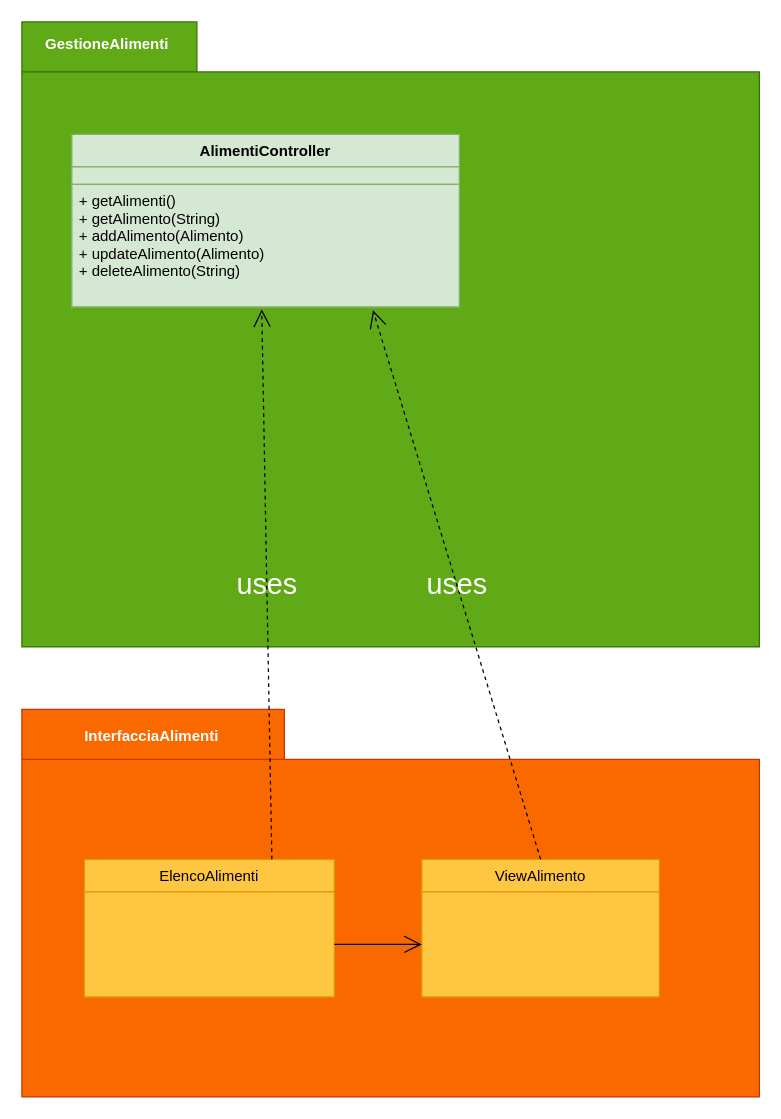
This is Controllers_Views/AlimentiPackageDetail.drawio from DeborohNoah/IngSoft, a draw.io file, before an edit. Source tidied: cells renumbered, new cells numbered last; positions are measured from the earlier drawing's top-left corner, leaving out a move shared by most shapes. Both pictures are drawn from the tidied source at 125%, with x=0, y=0 at pixel (21, 21).
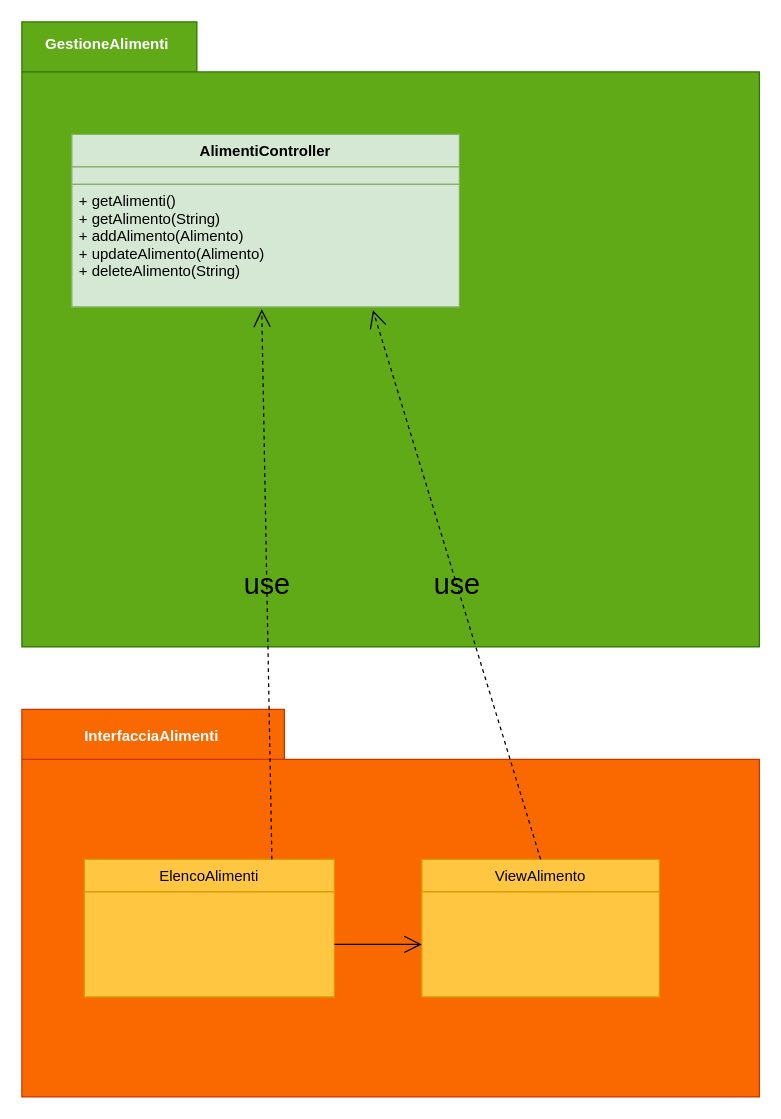
The same diagram, later.

Commit message (it also covers changes not shown here):
Modificato colore scritte

What changed in the source:
```diff
@@
 <mxGraphModel>
   <root>
     <mxCell id="0" />
     <mxCell id="1" parent="0" />
     <mxCell id="2" style="group;" parent="1" vertex="1">
       <mxGeometry width="590" height="500" as="geometry" />
     </mxCell>
     <mxCell id="3" style="shape=folder;fontStyle=1;spacingTop=10;tabWidth=140;tabHeight=40;tabPosition=left;html=1;fillColor=#60a917;strokeColor=#2D7600;fontColor=#ffffff;" parent="2" vertex="1">
       <mxGeometry width="590" height="500" as="geometry" />
     </mxCell>
     <mxCell id="4" value="GestioneAlimenti" style="text;align=center;fontStyle=1;verticalAlign=middle;spacingLeft=3;spacingRight=3;fontColor=#FFFFFF;" parent="2" vertex="1">
       <mxGeometry x="13.5" y="0.8" width="109.8" height="33.3" as="geometry" />
     </mxCell>
     <mxCell id="5" value="AlimentiController" style="swimlane;fontStyle=1;align=center;verticalAlign=top;horizontal=1;startSize=26;fillColor=#d5e8d4;strokeColor=#82b366;" parent="2" vertex="1">
       <mxGeometry x="40" y="90" width="310" height="138" as="geometry" />
     </mxCell>
     <mxCell id="6" style="text;align=left;verticalAlign=top;spacingLeft=4;spacingRight=4;overflow=hidden;fillColor=#d5e8d4;strokeColor=#82b366;" parent="5" vertex="1">
       <mxGeometry y="26" width="310" height="14" as="geometry" />
     </mxCell>
     <mxCell id="7" value="+ getAlimenti()&#10;+ getAlimento(String)&#10;+ addAlimento(Alimento)&#10;+ updateAlimento(Alimento)&#10;+ deleteAlimento(String)&#10;&#10;" style="text;strokeColor=#82b366;fillColor=#d5e8d4;align=left;verticalAlign=top;spacingLeft=4;spacingRight=4;overflow=hidden;points=[[0,0.5],[1,0.5]];portConstraint=eastwest;" parent="5" vertex="1">
       <mxGeometry y="40" width="310" height="98" as="geometry" />
     </mxCell>
     <mxCell id="8" style="shape=folder;fontStyle=1;spacingTop=10;tabWidth=210;tabHeight=40;tabPosition=left;html=1;fontColor=#000000;fillColor=#fa6800;strokeColor=#C73500;" parent="1" vertex="1">
       <mxGeometry y="550" width="590" height="310" as="geometry" />
     </mxCell>
     <mxCell id="9" value="InterfacciaAlimenti" style="text;align=center;fontStyle=1;verticalAlign=middle;spacingLeft=3;spacingRight=3;strokeColor=none;fontColor=#FFFFFF;" parent="1" vertex="1">
       <mxGeometry x="64" y="558" width="80" height="26" as="geometry" />
     </mxCell>
     <mxCell id="10" value="ViewAlimento" style="swimlane;fontStyle=0;horizontal=1;startSize=26;fillColor=#FFC642;strokeColor=#d79b00;" parent="1" vertex="1">
       <mxGeometry x="320" y="670" width="190" height="110" as="geometry" />
     </mxCell>
     <mxCell id="11" style="text;strokeColor=#d79b00;fillColor=#FFC642;align=left;verticalAlign=top;spacingLeft=4;spacingRight=4;overflow=hidden;points=[[0,0.5],[1,0.5]];portConstraint=eastwest;" parent="10" vertex="1">
       <mxGeometry y="26" width="190" height="84" as="geometry" />
     </mxCell>
     <mxCell id="12" value="ElencoAlimenti" style="swimlane;fontStyle=0;horizontal=1;startSize=26;fillColor=#FFC642;strokeColor=#d79b00;" parent="1" vertex="1">
       <mxGeometry x="50" y="670" width="200" height="110" as="geometry" />
     </mxCell>
     <mxCell id="13" style="text;strokeColor=#d79b00;fillColor=#FFC642;align=left;verticalAlign=top;spacingLeft=4;spacingRight=4;overflow=hidden;points=[[0,0.5],[1,0.5]];portConstraint=eastwest;" parent="12" vertex="1">
       <mxGeometry y="26" width="200" height="84" as="geometry" />
     </mxCell>
-    <mxCell id="14" value="&lt;span style=&quot;font-size: 23px&quot;&gt;uses&lt;/span&gt;" style="endArrow=open;endSize=12;dashed=1;html=1;rounded=0;fontColor=#FFFFFF;exitX=0.75;exitY=0;exitDx=0;exitDy=0;entryX=0.49;entryY=1.02;entryDx=0;entryDy=0;entryPerimeter=0;labelBackgroundColor=none;spacing=7;fontSize=23;" parent="1" edge="1" source="12" target="7">
+    <mxCell id="14" value="&lt;span style=&quot;font-size: 23px&quot;&gt;&lt;font color=&quot;#000000&quot;&gt;use&lt;/font&gt;&lt;/span&gt;" style="endArrow=open;endSize=12;dashed=1;html=1;rounded=0;fontColor=#FFFFFF;exitX=0.75;exitY=0;exitDx=0;exitDy=0;entryX=0.49;entryY=1.02;entryDx=0;entryDy=0;entryPerimeter=0;labelBackgroundColor=none;spacing=7;fontSize=23;" parent="1" edge="1" source="12" target="7">
       <mxGeometry relative="1" as="geometry" />
     </mxCell>
     <mxCell id="15" style="endArrow=open;endFill=1;endSize=12;html=1;rounded=0;fontColor=#FFFFFF;exitX=1;exitY=0.5;exitDx=0;exitDy=0;entryX=0;entryY=0.5;entryDx=0;entryDy=0;" parent="1" edge="1" source="13" target="11">
       <mxGeometry relative="1" as="geometry" />
     </mxCell>
-    <mxCell id="16" value="&lt;span style=&quot;font-size: 23px&quot;&gt;uses&lt;/span&gt;" style="endArrow=open;endSize=12;dashed=1;html=1;rounded=0;fontColor=#FFFFFF;exitX=0.5;exitY=0;exitDx=0;exitDy=0;entryX=0.777;entryY=1.027;entryDx=0;entryDy=0;entryPerimeter=0;labelBackgroundColor=none;spacing=7;fontSize=23;" parent="1" edge="1" source="10" target="7">
+    <mxCell id="16" value="&lt;span style=&quot;font-size: 23px&quot;&gt;&lt;font color=&quot;#000000&quot;&gt;use&lt;/font&gt;&lt;/span&gt;" style="endArrow=open;endSize=12;dashed=1;html=1;rounded=0;fontColor=#FFFFFF;exitX=0.5;exitY=0;exitDx=0;exitDy=0;entryX=0.777;entryY=1.027;entryDx=0;entryDy=0;entryPerimeter=0;labelBackgroundColor=none;spacing=7;fontSize=23;" parent="1" edge="1" source="10" target="7">
       <mxGeometry relative="1" as="geometry" />
     </mxCell>
   </root>
 </mxGraphModel>
```
